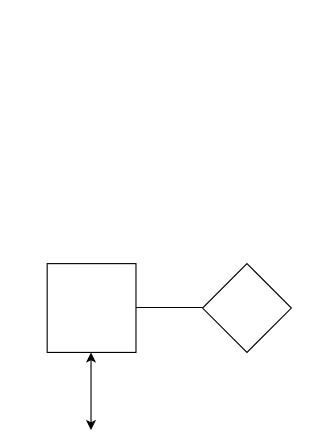
Earlier version of the draw.io diagram diagrammer/klassediagram/test.drawio (hausnes/it2-2024-2025). Source tidied: cells renumbered, new cells numbered last; positions are measured from the earlier drawing's top-left corner, leaving out a move shared by most shapes. Both pictures are drawn from the tidied source at 111%, with x=0, y=0 at pixel (47, 263).
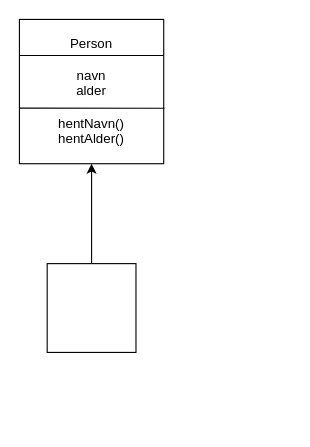
The same page after the edit.

The edit, as a diff of the source:
```diff
@@
 <mxGraphModel>
   <root>
     <mxCell id="0" />
     <mxCell id="1" parent="0" />
+    <mxCell id="6" style="edgeStyle=none;html=1;" parent="1" edge="1" source="2" target="7">
+      <mxGeometry relative="1" as="geometry" />
+    </mxCell>
     <mxCell id="2" style="whiteSpace=wrap;html=1;" parent="1" vertex="1">
       <mxGeometry width="80" height="80" as="geometry" />
     </mxCell>
-    <mxCell id="3" style="rhombus;whiteSpace=wrap;html=1;" parent="1" vertex="1">
-      <mxGeometry x="140" width="80" height="80" as="geometry" />
-    </mxCell>
-    <mxCell id="4" style="endArrow=classic;startArrow=classic;html=1;" parent="1" edge="1">
-      <mxGeometry relative="1" as="geometry">
-        <mxPoint x="39.5" y="150" as="sourcePoint" />
-        <mxPoint x="39.5" y="80" as="targetPoint" />
-      </mxGeometry>
-    </mxCell>
-    <mxCell id="5" style="endArrow=none;html=1;" parent="1" edge="1">
-      <mxGeometry relative="1" as="geometry">
-        <mxPoint x="80" y="39.5" as="sourcePoint" />
-        <mxPoint x="140" y="39.5" as="targetPoint" />
-      </mxGeometry>
-    </mxCell>
+    <mxCell id="7" value="Person&lt;br&gt;&lt;br&gt;navn&lt;br&gt;alder&lt;br&gt;&lt;br&gt;hentNavn()&lt;br&gt;hentAlder()" style="whiteSpace=wrap;html=1;" parent="1" vertex="1">
+      <mxGeometry x="-25" y="-220" width="130" height="130" as="geometry" />
+    </mxCell>
+    <mxCell id="8" style="endArrow=none;html=1;entryX=1;entryY=0.25;entryDx=0;entryDy=0;exitX=0;exitY=0.25;exitDx=0;exitDy=0;" parent="1" edge="1" source="7" target="7">
+      <mxGeometry relative="1" as="geometry" />
+    </mxCell>
+    <mxCell id="9" style="endArrow=none;html=1;entryX=1.005;entryY=0.616;entryDx=0;entryDy=0;entryPerimeter=0;exitX=0;exitY=0.615;exitDx=0;exitDy=0;exitPerimeter=0;" parent="1" edge="1" source="7" target="7">
+      <mxGeometry relative="1" as="geometry" />
+    </mxCell>
   </root>
 </mxGraphModel>
```
